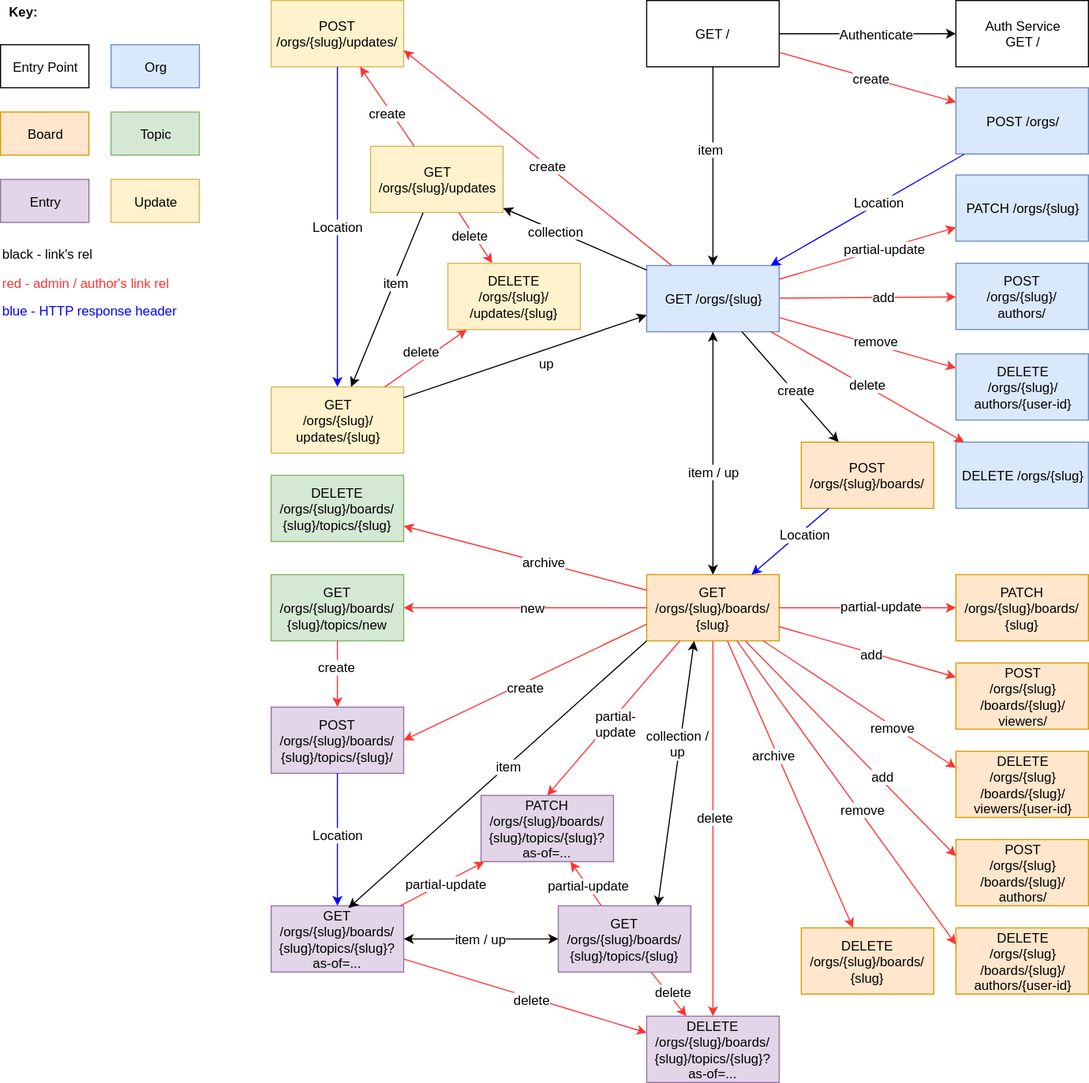
Above: docs/OC-Storage-REST-API.svg in open-company/open-company-storage (draw.io), before the change. Source tidied: cells renumbered, new cells last; positions are measured from the earlier drawing's top-left corner, leaving out a move shared by most shapes.
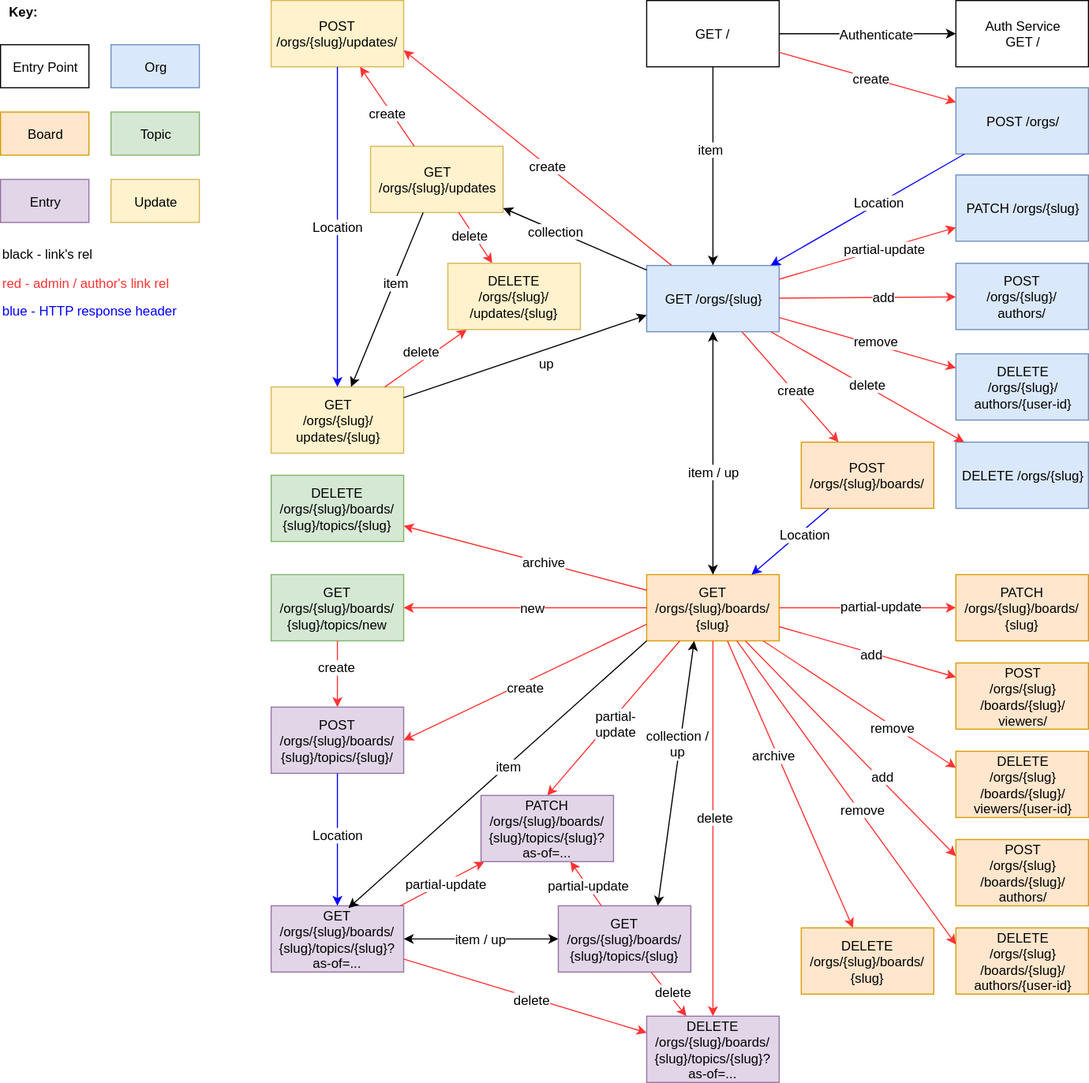
After the change.

The edit, as a diff of the source:
```diff
@@ -98,7 +98,7 @@
     <mxCell id="33" value="POST /orgs/{slug}/boards/" style="whiteSpace=wrap;html=1;fontSize=12;fontColor=#000000;fillColor=#ffe6cc;strokeColor=#d79b00;" parent="1" vertex="1">
       <mxGeometry x="725" y="400" width="120" height="60" as="geometry" />
     </mxCell>
-    <mxCell id="34" style="endArrow=classic;html=1;strokeColor=#000000;fontSize=12;fontColor=#000000;" parent="1" edge="1" source="13" target="33">
+    <mxCell id="34" style="endArrow=classic;html=1;strokeColor=#FF3333;fontSize=12;fontColor=#000000;fillColor=#f8cecc;" parent="1" edge="1" source="13" target="33">
       <mxGeometry relative="1" as="geometry" />
     </mxCell>
     <mxCell id="35" value="create" style="text;html=1;align=center;verticalAlign=middle;labelBackgroundColor=#ffffff;fontSize=12;fontColor=#000000;" parent="34" vertex="1">
```
